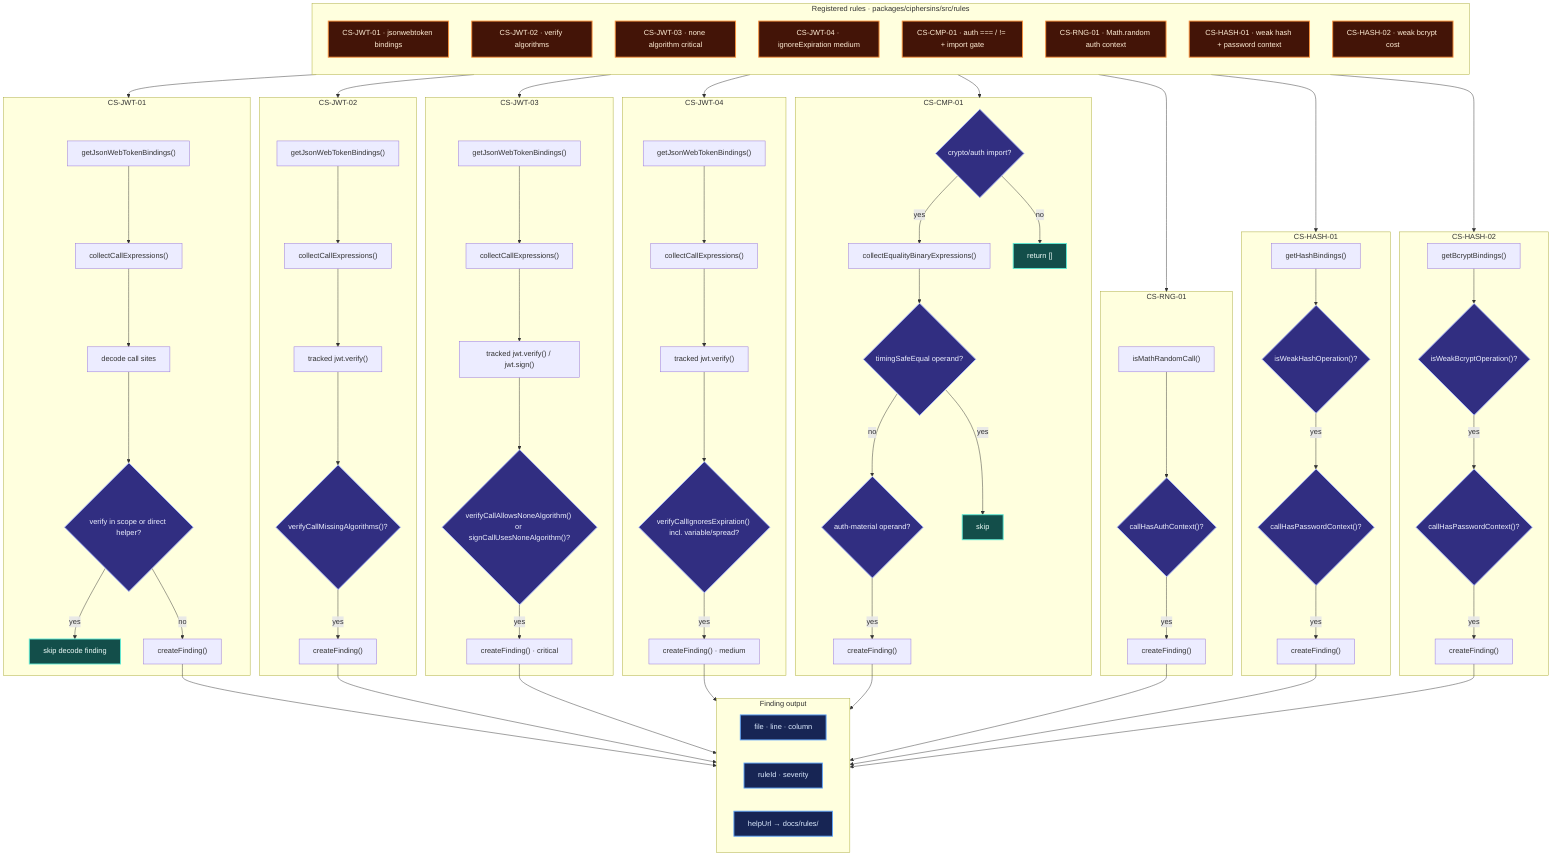
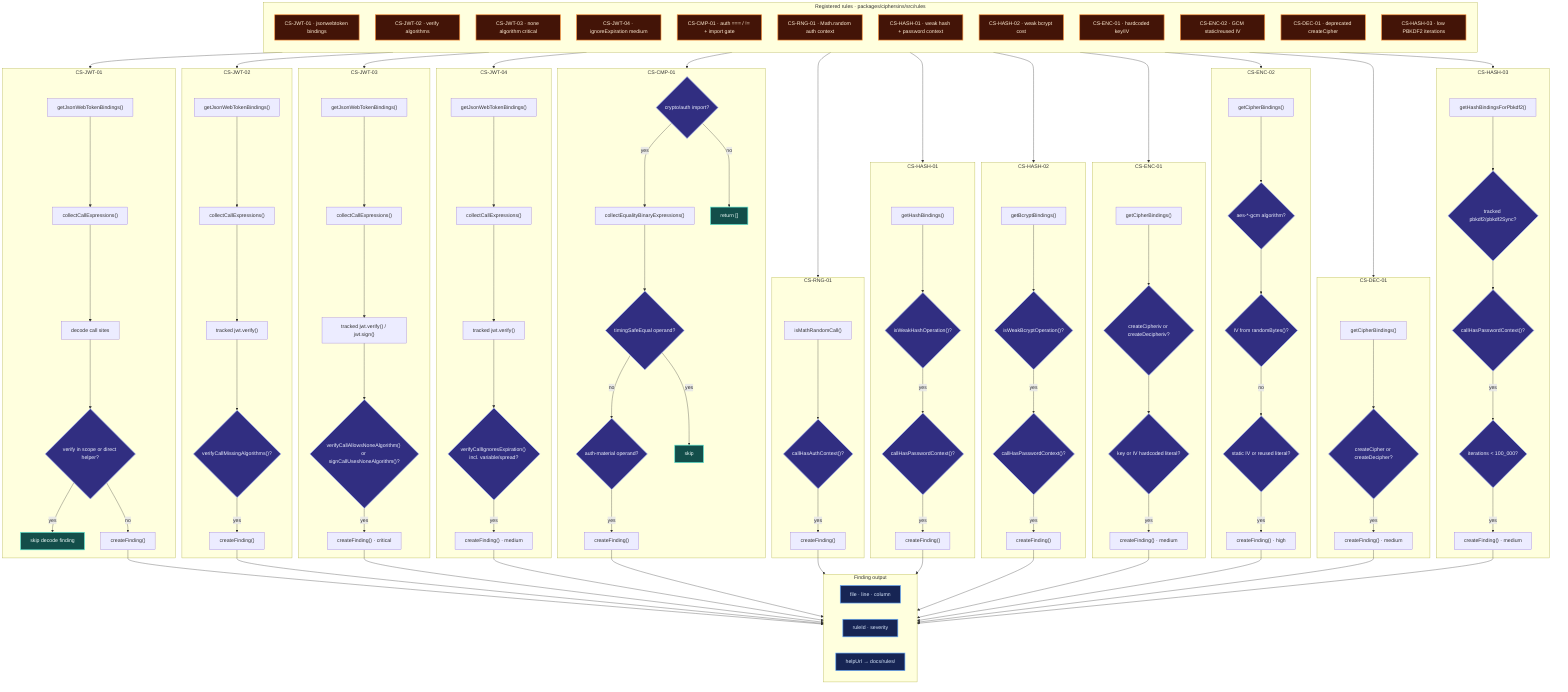
flowchart TB
	subgraph RULES["Registered rules · packages/ciphersins/src/rules"]
		direction TB
		JWT["CS-JWT-01 · jsonwebtoken bindings"]
		JWT2["CS-JWT-02 · verify algorithms"]
		JWT3["CS-JWT-03 · none algorithm critical"]
		JWT4["CS-JWT-04 · ignoreExpiration medium"]
		CMP["CS-CMP-01 · auth === / != + import gate"]
		RNG["CS-RNG-01 · Math.random auth context"]
		HASH["CS-HASH-01 · weak hash + password context"]
		HASH2["CS-HASH-02 · weak bcrypt cost"]
+ 		ENC1["CS-ENC-01 · hardcoded key/IV"]
+ 		ENC2["CS-ENC-02 · GCM static/reused IV"]
+ 		DEC1["CS-DEC-01 · deprecated createCipher"]
+ 		HASH3["CS-HASH-03 · low PBKDF2 iterations"]
	end

	subgraph JWT_FLOW["CS-JWT-01"]
		BIND["getJsonWebTokenBindings()"]
		WALK["collectCallExpressions()"]
		VERIFY{"verify in scope or direct helper?"}
		DECODE["decode call sites"]
		BIND --> WALK --> DECODE --> VERIFY
		VERIFY -->|yes| JCLEAN["skip decode finding"]
		VERIFY -->|no| JFIND["createFinding()"]
	end

	subgraph JWT2_FLOW["CS-JWT-02"]
		BIND2["getJsonWebTokenBindings()"]
		WALK2["collectCallExpressions()"]
		VMATCH["tracked jwt.verify()"]
		VALG{"verifyCallMissingAlgorithms()?"}
		BIND2 --> WALK2 --> VMATCH --> VALG
		VALG -->|yes| J2FIND["createFinding()"]
	end

	subgraph JWT3_FLOW["CS-JWT-03"]
		BIND3["getJsonWebTokenBindings()"]
		WALK3["collectCallExpressions()"]
		VSMATCH["tracked jwt.verify() / jwt.sign()"]
		VNONE{"verifyCallAllowsNoneAlgorithm() or signCallUsesNoneAlgorithm()?"}
		BIND3 --> WALK3 --> VSMATCH --> VNONE
		VNONE -->|yes| J3FIND["createFinding() · critical"]
	end

	subgraph JWT4_FLOW["CS-JWT-04"]
		BIND4["getJsonWebTokenBindings()"]
		WALK4["collectCallExpressions()"]
		VMATCH4["tracked jwt.verify()"]
		VEXP{"verifyCallIgnoresExpiration() incl. variable/spread?"}
		BIND4 --> WALK4 --> VMATCH4 --> VEXP
		VEXP -->|yes| J4FIND["createFinding() · medium"]
	end

	subgraph CMP_FLOW["CS-CMP-01"]
		GATE{"crypto/auth import?"}
		BIN["collectEqualityBinaryExpressions()"]
		AUTH{"auth-material operand?"}
		SAFE{"timingSafeEqual operand?"}
		GATE -->|no| CCLEAN["return []"]
		GATE -->|yes| BIN --> SAFE
		SAFE -->|yes| CSKIP["skip"]
		SAFE -->|no| AUTH -->|yes| CFIND["createFinding()"]
	end

	subgraph RNG_FLOW["CS-RNG-01"]
		MR["isMathRandomCall()"]
		CTX{"callHasAuthContext()?"}
		MR --> CTX
		CTX -->|yes| RFIND["createFinding()"]
	end

	subgraph HASH_FLOW["CS-HASH-01"]
		HBIND["getHashBindings()"]
		WEAK{"isWeakHashOperation()?"}
		PWD{"callHasPasswordContext()?"}
		HBIND --> WEAK
		WEAK -->|yes| PWD
		PWD -->|yes| HFIND["createFinding()"]
	end

	subgraph HASH2_FLOW["CS-HASH-02"]
		BBIND["getBcryptBindings()"]
		COST{"isWeakBcryptOperation()?"}
		PWD2{"callHasPasswordContext()?"}
		BBIND --> COST
		COST -->|yes| PWD2
		PWD2 -->|yes| H2FIND["createFinding()"]
	end

+ 	subgraph ENC1_FLOW["CS-ENC-01"]
+ 		CBIND["getCipherBindings()"]
+ 		CIV{"createCipheriv or createDecipheriv?"}
+ 		HARD{"key or IV hardcoded literal?"}
+ 		CBIND --> CIV --> HARD
+ 		HARD -->|yes| E1FIND["createFinding() · medium"]
+ 	end
+ 
+ 	subgraph ENC2_FLOW["CS-ENC-02"]
+ 		CBIND2["getCipherBindings()"]
+ 		GCM{"aes-*-gcm algorithm?"}
+ 		RAND{"IV from randomBytes()?"}
+ 		REUSE{"static IV or reused literal?"}
+ 		CBIND2 --> GCM --> RAND
+ 		RAND -->|no| REUSE
+ 		REUSE -->|yes| E2FIND["createFinding() · high"]
+ 	end
+ 
+ 	subgraph DEC1_FLOW["CS-DEC-01"]
+ 		CBIND3["getCipherBindings()"]
+ 		DEP{"createCipher or createDecipher?"}
+ 		CBIND3 --> DEP
+ 		DEP -->|yes| D1FIND["createFinding() · medium"]
+ 	end
+ 
+ 	subgraph HASH3_FLOW["CS-HASH-03"]
+ 		HBIND3["getHashBindingsForPbkdf2()"]
+ 		PBK{"tracked pbkdf2/pbkdf2Sync?"}
+ 		PWD3{"callHasPasswordContext()?"}
+ 		ITER{"iterations < 100_000?"}
+ 		HBIND3 --> PBK --> PWD3
+ 		PWD3 -->|yes| ITER
+ 		ITER -->|yes| H3FIND["createFinding() · medium"]
+ 	end
+ 
	subgraph REPORT["Finding output"]
		direction LR
		LOC["file · line · column"]
		MSG["ruleId · severity"]
		DOC["helpUrl → docs/rules/"]
	end

	JWT --> JWT_FLOW
	JWT2 --> JWT2_FLOW
	JWT3 --> JWT3_FLOW
	JWT4 --> JWT4_FLOW
	CMP --> CMP_FLOW
	RNG --> RNG_FLOW
	HASH --> HASH_FLOW
	HASH2 --> HASH2_FLOW
+ 	ENC1 --> ENC1_FLOW
+ 	ENC2 --> ENC2_FLOW
+ 	DEC1 --> DEC1_FLOW
+ 	HASH3 --> HASH3_FLOW
	JFIND --> REPORT
	J2FIND --> REPORT
	J3FIND --> REPORT
	J4FIND --> REPORT
	CFIND --> REPORT
	RFIND --> REPORT
	HFIND --> REPORT
	H2FIND --> REPORT
+ 	E1FIND --> REPORT
+ 	E2FIND --> REPORT
+ 	D1FIND --> REPORT
+ 	H3FIND --> REPORT

	classDef rule fill:#431407,stroke:#fb923c,stroke-width:2px,color:#ffedd5
	classDef decision fill:#312e81,stroke:#a5b4fc,stroke-width:2px,color:#eef2ff
	classDef clean fill:#134e4a,stroke:#5eead4,stroke-width:2px,color:#f0fdfa
	classDef report fill:#172554,stroke:#60a5fa,stroke-width:2px,color:#dbeafe

- 	class JWT,JWT2,JWT3,JWT4,CMP,RNG,HASH,HASH2 rule
- 	class VERIFY,GATE,AUTH,SAFE,CTX,WEAK,PWD,COST,PWD2,VALG,VNONE,VEXP decision
+ 	class JWT,JWT2,JWT3,JWT4,CMP,RNG,HASH,HASH2,ENC1,ENC2,DEC1,HASH3 rule
+ 	class VERIFY,GATE,AUTH,SAFE,CTX,WEAK,PWD,COST,PWD2,VALG,VNONE,VEXP,CIV,HARD,GCM,RAND,REUSE,DEP,PBK,PWD3,ITER decision
	class JCLEAN,CCLEAN,CSKIP clean
	class LOC,MSG,DOC report
